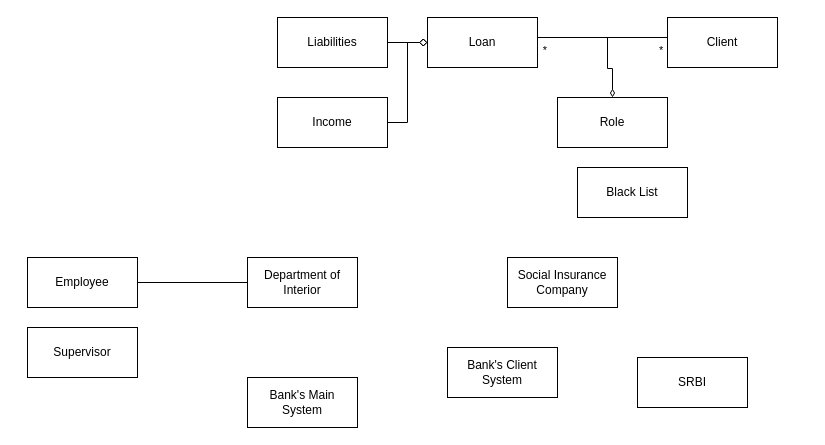
Above: uml.drawio in matuskova/vyvoj_velkych_softverovych_aplikacii (draw.io), before the change. Source tidied: cells renumbered, new cells numbered last; positions are measured from the earlier drawing's top-left corner, leaving out a move shared by most shapes. Both pictures are drawn from the tidied source at 100%, with x=0, y=0 at pixel (27, 17).
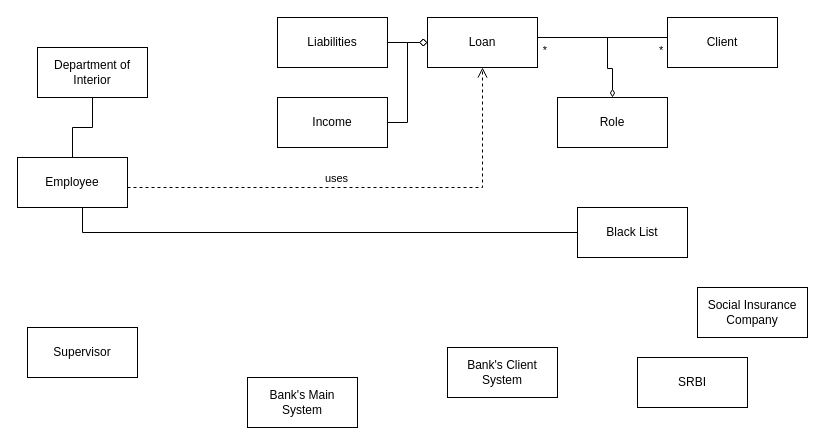
Above is the later version.

The change refers to these unchanged cells:
```xml
<mxCell id="7" value="Loan" style="html=1;whiteSpace=wrap;" parent="1" vertex="1">
  <mxGeometry x="400" width="110" height="50" as="geometry" />
</mxCell>
```

Change to the diagram source:
```diff
@@
-    <mxCell id="4" style="edgeStyle=orthogonalEdgeStyle;rounded=0;jettySize=auto;html=1;entryX=0;entryY=0.5;entryDx=0;entryDy=0;fillColor=none;endArrow=none;endFill=0;" parent="1" edge="1" source="5" target="6">
+    <mxCell id="4" style="edgeStyle=orthogonalEdgeStyle;rounded=0;jettySize=auto;html=1;entryX=0.5;entryY=1;entryDx=0;entryDy=0;fillColor=none;endArrow=none;endFill=0;" parent="1" edge="1" source="5" target="6">
       <mxGeometry relative="1" as="geometry" />
     </mxCell>
+    <mxCell id="22" style="edgeStyle=orthogonalEdgeStyle;rounded=0;jettySize=auto;html=1;entryX=0;entryY=0.5;entryDx=0;entryDy=0;endArrow=none;endFill=0;" parent="1" edge="1" source="5" target="14">
+      <mxGeometry relative="1" as="geometry">
+        <Array as="points">
+          <mxPoint x="55" y="175" />
+        </Array>
+      </mxGeometry>
+    </mxCell>
     <mxCell id="5" value="Employee" style="html=1;whiteSpace=wrap;" parent="1" vertex="1">
-      <mxGeometry y="240" width="110" height="50" as="geometry" />
+      <mxGeometry x="-10" y="140" width="110" height="50" as="geometry" />
     </mxCell>
     <mxCell id="6" value="Department of Interior" style="html=1;whiteSpace=wrap;" parent="1" vertex="1">
-      <mxGeometry x="220" y="240" width="110" height="50" as="geometry" />
+      <mxGeometry x="10" y="30" width="110" height="50" as="geometry" />
     </mxCell>
@@
     <mxCell id="9" value="Social Insurance Company" style="html=1;whiteSpace=wrap;" parent="1" vertex="1">
-      <mxGeometry x="480" y="240" width="110" height="50" as="geometry" />
+      <mxGeometry x="670" y="270" width="110" height="50" as="geometry" />
     </mxCell>
@@
     <mxCell id="14" value="Black List" style="html=1;whiteSpace=wrap;" parent="1" vertex="1">
-      <mxGeometry x="550" y="150" width="110" height="50" as="geometry" />
+      <mxGeometry x="550" y="190" width="110" height="50" as="geometry" />
     </mxCell>
@@
+    <mxCell id="23" value="uses" style="html=1;verticalAlign=bottom;endArrow=open;dashed=1;endSize=8;curved=0;rounded=0;entryX=0.5;entryY=1;entryDx=0;entryDy=0;" parent="1" edge="1" target="7">
+      <mxGeometry x="-0.12" relative="1" as="geometry">
+        <mxPoint x="100" y="170" as="sourcePoint" />
+        <Array as="points">
+          <mxPoint x="455" y="170" />
+        </Array>
+      </mxGeometry>
+    </mxCell>
```
